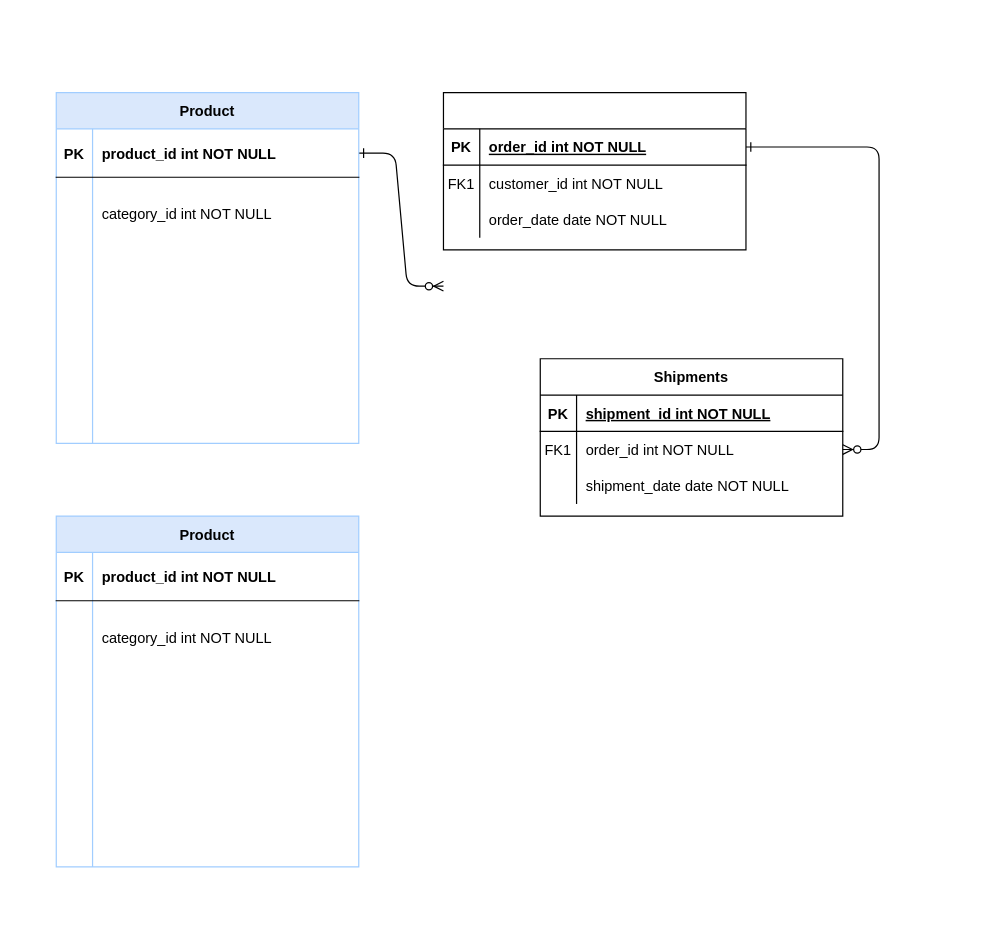
This is еее.drawio from LIka1599/test, a draw.io file, before an edit. Source tidied: cells renumbered, new cells numbered last; positions are measured from the earlier drawing's top-left corner, leaving out a move shared by most shapes. Both pictures are drawn from the tidied source at 121%, with x=0, y=0 at pixel (56, 92).
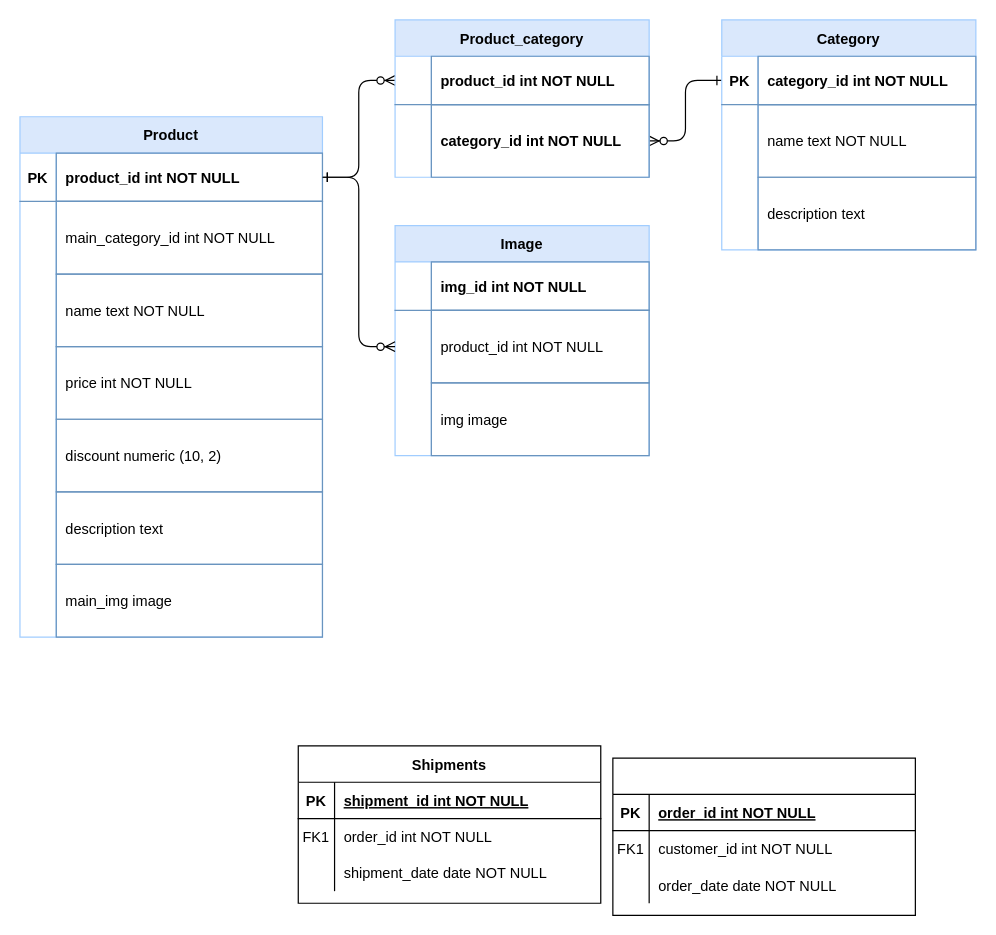
The same page after the edit.

The change refers to these unchanged cells:
```xml
<mxCell id="5" style="shape=partialRectangle;fillColor=none;points=[[0,0.5],[1,0.5]];portConstraint=eastwest;top=0;left=0;right=0;bottom=1;" parent="4" vertex="1">
  <mxGeometry y="30" width="250" height="30" as="geometry" />
</mxCell>
<mxCell id="18" style="shape=partialRectangle;fillColor=none;points=[[0,0.5],[1,0.5]];portConstraint=eastwest;top=0;left=0;right=0;bottom=0;" parent="14" vertex="1">
  <mxGeometry y="60" width="250" height="30" as="geometry" />
</mxCell>
```

Diff of the diagram source:
```diff
@@
-    <mxCell id="2" style="edgeStyle=entityRelationEdgeStyle;endArrow=ERzeroToMany;startArrow=ERone;endFill=1;startFill=0;" parent="1" edge="1" source="25">
-      <mxGeometry relative="1" as="geometry">
-        <mxPoint x="320" y="160" as="targetPoint" />
-      </mxGeometry>
+    <mxCell id="2" style="edgeStyle=entityRelationEdgeStyle;endArrow=ERzeroToMany;startArrow=ERone;endFill=1;startFill=0;entryX=0;entryY=0.5;entryDx=0;entryDy=0;" parent="1" edge="1" source="25" target="66">
+      <mxGeometry relative="1" as="geometry" />
     </mxCell>
-    <mxCell id="3" style="edgeStyle=entityRelationEdgeStyle;endArrow=ERzeroToMany;startArrow=ERone;endFill=1;startFill=0;" parent="1" edge="1" source="5" target="18">
+    <mxCell id="3" style="edgeStyle=entityRelationEdgeStyle;endArrow=ERzeroToMany;startArrow=ERone;endFill=1;startFill=0;entryX=1;entryY=0.5;entryDx=0;entryDy=0;exitX=0;exitY=0.5;exitDx=0;exitDy=0;" parent="1" edge="1" source="57" target="69">
       <mxGeometry relative="1" as="geometry" />
     </mxCell>
     <mxCell id="4" style="shape=table;startSize=30;childLayout=tableLayout;rowLines=0;fontStyle=1;align=center;" parent="1" vertex="1">
-      <mxGeometry x="320" width="250" height="130" as="geometry" />
+      <mxGeometry x="460" y="550" width="250" height="130" as="geometry" />
     </mxCell>
@@
     <mxCell id="14" value="Shipments" style="shape=table;startSize=30;childLayout=tableLayout;rowLines=0;fontStyle=1;align=center;" parent="1" vertex="1">
-      <mxGeometry x="400" y="220" width="250" height="130" as="geometry" />
+      <mxGeometry x="200" y="540" width="250" height="130" as="geometry" />
     </mxCell>
@@
     <mxCell id="24" value="Product" style="shape=table;startSize=30;childLayout=tableLayout;rowLines=0;fontStyle=1;align=center;fillColor=#dae8fc;strokeColor=#A1CDFF;" parent="1" vertex="1">
-      <mxGeometry width="250" height="290" as="geometry" />
+      <mxGeometry x="-30" y="20" width="250" height="430" as="geometry" />
     </mxCell>
-    <mxCell id="25" style="shape=partialRectangle;fillColor=none;points=[[0,0.5],[1,0.5]];portConstraint=eastwest;top=0;left=0;right=0;bottom=1;" parent="24" vertex="1">
+    <mxCell id="25" style="shape=partialRectangle;fillColor=none;points=[[0,0.5],[1,0.5]];portConstraint=eastwest;top=0;left=0;right=0;bottom=1;strokeColor=#6994BF;" parent="24" vertex="1">
       <mxGeometry y="30" width="250" height="40" as="geometry" />
     </mxCell>
-    <mxCell id="26" value="PK" style="shape=partialRectangle;overflow=hidden;fillColor=none;top=0;left=0;bottom=0;right=0;fontStyle=1;" parent="25" vertex="1">
+    <mxCell id="26" value="PK" style="shape=partialRectangle;overflow=hidden;fillColor=none;top=0;left=0;bottom=0;right=0;fontStyle=1;strokeColor=#6994BF;" parent="25" vertex="1">
       <mxGeometry width="30" height="40" as="geometry" />
     </mxCell>
-    <mxCell id="27" value="product_id int NOT NULL " style="shape=partialRectangle;overflow=hidden;fillColor=none;top=0;left=0;bottom=0;right=0;align=left;spacingLeft=6;fontStyle=1;strokeColor=#A1CDFF;" parent="25" vertex="1">
+    <mxCell id="27" value="product_id int NOT NULL " style="shape=partialRectangle;overflow=hidden;fillColor=none;top=1;left=1;bottom=1;right=1;align=left;spacingLeft=6;fontStyle=1;strokeColor=#6994BF;" parent="25" vertex="1">
       <mxGeometry x="30" width="220" height="40" as="geometry" />
     </mxCell>
-    <mxCell id="28" style="shape=partialRectangle;fillColor=none;top=0;left=0;right=0;bottom=0;" parent="24" vertex="1">
+    <mxCell id="28" style="shape=partialRectangle;fillColor=none;top=0;left=0;right=0;bottom=0;strokeColor=#6994BF;" parent="24" vertex="1">
       <mxGeometry y="70" width="250" height="60" as="geometry" />
     </mxCell>
@@
-    <mxCell id="30" value="category_id int NOT NULL" style="shape=partialRectangle;overflow=hidden;fillColor=none;top=0;left=0;bottom=0;right=0;align=left;spacingLeft=6;" parent="28" vertex="1">
+    <mxCell id="30" value="main_category_id int NOT NULL" style="shape=partialRectangle;overflow=hidden;fillColor=none;top=1;left=1;bottom=1;right=1;align=left;spacingLeft=6;strokeColor=#6994BF;" parent="28" vertex="1">
       <mxGeometry x="30" width="220" height="60" as="geometry" />
     </mxCell>
     <mxCell id="31" style="shape=partialRectangle;fillColor=none;top=0;left=0;right=0;bottom=0;" parent="24" vertex="1">
-      <mxGeometry y="130" width="250" height="160" as="geometry" />
+      <mxGeometry y="130" width="250" height="60" as="geometry" />
     </mxCell>
     <mxCell id="32" style="shape=partialRectangle;overflow=hidden;fillColor=none;top=0;left=0;bottom=0;right=0;strokeColor=#A1CDFF;" parent="31" vertex="1">
-      <mxGeometry width="30" height="160" as="geometry" />
+      <mxGeometry width="30" height="60" as="geometry" />
     </mxCell>
-    <mxCell id="33" style="shape=partialRectangle;overflow=hidden;fillColor=none;top=0;left=0;bottom=0;right=0;align=left;spacingLeft=6;" parent="31" vertex="1">
-      <mxGeometry x="30" width="220" height="160" as="geometry" />
+    <mxCell id="33" value="name text NOT NULL" style="shape=partialRectangle;overflow=hidden;fillColor=none;top=1;left=1;bottom=1;right=1;align=left;spacingLeft=6;strokeColor=#6994BF;" parent="31" vertex="1">
+      <mxGeometry x="30" width="220" height="60" as="geometry" />
     </mxCell>
-    <mxCell id="34" value="Product" style="shape=table;startSize=30;childLayout=tableLayout;rowLines=0;fontStyle=1;align=center;fillColor=#dae8fc;strokeColor=#A1CDFF;" parent="1" vertex="1">
-      <mxGeometry y="350" width="250" height="290" as="geometry" />
-    </mxCell>
-    <mxCell id="35" style="shape=partialRectangle;fillColor=none;top=0;left=0;right=0;bottom=1;" parent="34" vertex="1">
-      <mxGeometry y="30" width="250" height="40" as="geometry" />
-    </mxCell>
+    <mxCell id="44" style="shape=partialRectangle;fillColor=none;top=0;left=0;right=0;bottom=0;" parent="24" vertex="1">
+      <mxGeometry y="190" width="250" height="60" as="geometry" />
+    </mxCell>
+    <mxCell id="45" style="shape=partialRectangle;overflow=hidden;fillColor=none;top=0;left=0;bottom=0;right=0;strokeColor=#A1CDFF;" parent="44" vertex="1">
+      <mxGeometry width="30" height="60" as="geometry" />
+    </mxCell>
+    <mxCell id="46" value="price int NOT NULL" style="shape=partialRectangle;overflow=hidden;fillColor=none;top=1;left=1;bottom=1;right=1;align=left;spacingLeft=6;strokeColor=#6994BF;" parent="44" vertex="1">
+      <mxGeometry x="30" width="220" height="60" as="geometry" />
+    </mxCell>
+    <mxCell id="47" style="shape=partialRectangle;fillColor=none;top=0;left=0;right=0;bottom=0;" parent="24" vertex="1">
+      <mxGeometry y="250" width="250" height="60" as="geometry" />
+    </mxCell>
+    <mxCell id="48" style="shape=partialRectangle;overflow=hidden;fillColor=none;top=0;left=0;bottom=0;right=0;strokeColor=#A1CDFF;" parent="47" vertex="1">
+      <mxGeometry width="30" height="60" as="geometry" />
+    </mxCell>
+    <mxCell id="49" value="discount numeric (10, 2)" style="shape=partialRectangle;overflow=hidden;top=1;left=1;bottom=1;right=1;align=left;spacingLeft=6;fillColor=none;strokeColor=#6994BF;" parent="47" vertex="1">
+      <mxGeometry x="30" width="220" height="60" as="geometry" />
+    </mxCell>
+    <mxCell id="50" style="shape=partialRectangle;fillColor=none;top=0;left=0;right=0;bottom=0;" parent="24" vertex="1">
+      <mxGeometry y="310" width="250" height="60" as="geometry" />
+    </mxCell>
+    <mxCell id="51" style="shape=partialRectangle;overflow=hidden;fillColor=none;top=0;left=0;bottom=0;right=0;strokeColor=#A1CDFF;" parent="50" vertex="1">
+      <mxGeometry width="30" height="60" as="geometry" />
+    </mxCell>
+    <mxCell id="52" value="description text " style="shape=partialRectangle;overflow=hidden;top=1;left=1;bottom=1;right=1;align=left;spacingLeft=6;fillColor=none;strokeColor=#6994BF;" parent="50" vertex="1">
+      <mxGeometry x="30" width="220" height="60" as="geometry" />
+    </mxCell>
+    <mxCell id="53" style="shape=partialRectangle;fillColor=none;top=0;left=0;right=0;bottom=0;" parent="24" vertex="1">
+      <mxGeometry y="370" width="250" height="60" as="geometry" />
+    </mxCell>
+    <mxCell id="54" style="shape=partialRectangle;overflow=hidden;fillColor=none;top=0;left=0;bottom=0;right=0;strokeColor=#A1CDFF;" parent="53" vertex="1">
+      <mxGeometry width="30" height="60" as="geometry" />
+    </mxCell>
+    <mxCell id="55" value="main_img image" style="shape=partialRectangle;overflow=hidden;top=1;left=1;bottom=1;right=1;align=left;spacingLeft=6;fillColor=none;strokeColor=#6994BF;" parent="53" vertex="1">
+      <mxGeometry x="30" width="220" height="60" as="geometry" />
+    </mxCell>
+    <mxCell id="56" value="Category" style="shape=table;startSize=30;childLayout=tableLayout;rowLines=0;fontStyle=1;align=center;fillColor=#dae8fc;strokeColor=#A1CDFF;" parent="1" vertex="1">
+      <mxGeometry x="550" y="-60" width="210" height="190" as="geometry" />
+    </mxCell>
+    <mxCell id="57" style="shape=partialRectangle;fillColor=none;points=[[0,0.5],[1,0.5]];portConstraint=eastwest;top=0;left=0;right=0;bottom=1;strokeColor=#6994BF;" parent="56" vertex="1">
+      <mxGeometry y="30" width="210" height="40" as="geometry" />
+    </mxCell>
-    <mxCell id="36" value="PK" style="shape=partialRectangle;overflow=hidden;fillColor=none;top=0;left=0;bottom=0;right=0;fontStyle=1;" parent="35" vertex="1">
+    <mxCell id="36" value="PK" style="shape=partialRectangle;overflow=hidden;fillColor=none;top=0;left=0;bottom=0;right=0;fontStyle=1;" parent="57" vertex="1">
       <mxGeometry width="30" height="40" as="geometry" />
     </mxCell>
-    <mxCell id="37" value="product_id int NOT NULL " style="shape=partialRectangle;overflow=hidden;fillColor=none;top=0;left=0;bottom=0;right=0;align=left;spacingLeft=6;fontStyle=1;strokeColor=#A1CDFF;" parent="35" vertex="1">
-      <mxGeometry x="30" width="220" height="40" as="geometry" />
-    </mxCell>
-    <mxCell id="38" style="shape=partialRectangle;fillColor=none;top=0;left=0;right=0;bottom=0;" parent="34" vertex="1">
-      <mxGeometry y="70" width="250" height="60" as="geometry" />
-    </mxCell>
-    <mxCell id="39" style="shape=partialRectangle;overflow=hidden;fillColor=none;top=0;left=0;bottom=0;right=0;strokeColor=#A1CDFF;" parent="38" vertex="1">
-      <mxGeometry width="30" height="60" as="geometry" />
-    </mxCell>
-    <mxCell id="40" value="category_id int NOT NULL" style="shape=partialRectangle;overflow=hidden;fillColor=none;top=0;left=0;bottom=0;right=0;align=left;spacingLeft=6;" parent="38" vertex="1">
-      <mxGeometry x="30" width="220" height="60" as="geometry" />
-    </mxCell>
-    <mxCell id="41" style="shape=partialRectangle;fillColor=none;top=0;left=0;right=0;bottom=0;" parent="34" vertex="1">
-      <mxGeometry y="130" width="250" height="160" as="geometry" />
-    </mxCell>
-    <mxCell id="42" style="shape=partialRectangle;overflow=hidden;fillColor=none;top=0;left=0;bottom=0;right=0;strokeColor=#A1CDFF;" parent="41" vertex="1">
-      <mxGeometry width="30" height="160" as="geometry" />
-    </mxCell>
-    <mxCell id="43" style="shape=partialRectangle;overflow=hidden;fillColor=none;top=0;left=0;bottom=0;right=0;align=left;spacingLeft=6;" parent="41" vertex="1">
-      <mxGeometry x="30" width="220" height="160" as="geometry" />
-    </mxCell>
+    <mxCell id="58" value="category_id int NOT NULL " style="shape=partialRectangle;overflow=hidden;fillColor=none;top=1;left=1;bottom=1;right=1;align=left;spacingLeft=6;fontStyle=1;strokeColor=#6994BF;" parent="57" vertex="1">
+      <mxGeometry x="30" width="180" height="40" as="geometry" />
+    </mxCell>
+    <mxCell id="59" style="shape=partialRectangle;fillColor=none;top=0;left=0;right=0;bottom=0;" parent="56" vertex="1">
+      <mxGeometry y="70" width="210" height="60" as="geometry" />
+    </mxCell>
+    <mxCell id="60" style="shape=partialRectangle;overflow=hidden;fillColor=none;top=0;left=0;bottom=0;right=0;strokeColor=#A1CDFF;" parent="59" vertex="1">
+      <mxGeometry width="30" height="60" as="geometry" />
+    </mxCell>
+    <mxCell id="61" value="name text NOT NULL" style="shape=partialRectangle;overflow=hidden;fillColor=none;top=1;left=1;bottom=1;right=1;align=left;spacingLeft=6;strokeColor=#6994BF;" parent="59" vertex="1">
+      <mxGeometry x="30" width="180" height="60" as="geometry" />
+    </mxCell>
+    <mxCell id="62" style="shape=partialRectangle;fillColor=none;top=0;left=0;right=0;bottom=0;" parent="56" vertex="1">
+      <mxGeometry y="130" width="210" height="60" as="geometry" />
+    </mxCell>
+    <mxCell id="63" style="shape=partialRectangle;overflow=hidden;fillColor=none;top=0;left=0;bottom=0;right=0;strokeColor=#A1CDFF;" parent="62" vertex="1">
+      <mxGeometry width="30" height="60" as="geometry" />
+    </mxCell>
+    <mxCell id="64" value="description text " style="shape=partialRectangle;overflow=hidden;top=1;left=1;bottom=1;right=1;align=left;spacingLeft=6;fillColor=none;strokeColor=#6994BF;" parent="62" vertex="1">
+      <mxGeometry x="30" width="180" height="60" as="geometry" />
+    </mxCell>
+    <mxCell id="65" value="Product_category" style="shape=table;startSize=30;childLayout=tableLayout;rowLines=0;fontStyle=1;align=center;fillColor=#dae8fc;strokeColor=#A1CDFF;" parent="1" vertex="1">
+      <mxGeometry x="280" y="-60" width="210" height="130" as="geometry" />
+    </mxCell>
+    <mxCell id="66" style="shape=partialRectangle;fillColor=none;points=[[0,0.5],[1,0.5]];portConstraint=eastwest;top=0;left=0;right=0;bottom=1;strokeColor=#6994BF;" parent="65" vertex="1">
+      <mxGeometry y="30" width="210" height="40" as="geometry" />
+    </mxCell>
+    <mxCell id="67" style="shape=partialRectangle;overflow=hidden;fillColor=none;top=0;left=0;bottom=0;right=0;fontStyle=1;" parent="66" vertex="1">
+      <mxGeometry width="30" height="40" as="geometry" />
+    </mxCell>
+    <mxCell id="68" value="product_id int NOT NULL " style="shape=partialRectangle;overflow=hidden;fillColor=none;top=1;left=1;bottom=1;right=1;align=left;spacingLeft=6;fontStyle=1;strokeColor=#6994BF;" parent="66" vertex="1">
+      <mxGeometry x="30" width="180" height="40" as="geometry" />
+    </mxCell>
+    <mxCell id="69" style="shape=partialRectangle;fillColor=none;points=[[0,0.5],[1,0.5]];portConstraint=eastwest;top=0;left=0;right=0;bottom=0;" parent="65" vertex="1">
+      <mxGeometry y="70" width="210" height="60" as="geometry" />
+    </mxCell>
+    <mxCell id="70" style="shape=partialRectangle;overflow=hidden;fillColor=none;top=0;left=0;bottom=0;right=0;strokeColor=#A1CDFF;" parent="69" vertex="1">
+      <mxGeometry width="30" height="60" as="geometry" />
+    </mxCell>
+    <mxCell id="71" value="category_id int NOT NULL" style="shape=partialRectangle;overflow=hidden;fillColor=none;top=1;left=1;bottom=1;right=1;align=left;spacingLeft=6;strokeColor=#6994BF;fontStyle=1;" parent="69" vertex="1">
+      <mxGeometry x="30" width="180" height="60" as="geometry" />
+    </mxCell>
+    <mxCell id="72" value="Image" style="shape=table;startSize=30;childLayout=tableLayout;rowLines=0;fontStyle=1;align=center;fillColor=#dae8fc;strokeColor=#A1CDFF;" parent="1" vertex="1">
+      <mxGeometry x="280" y="110" width="210" height="190" as="geometry" />
+    </mxCell>
+    <mxCell id="73" style="shape=partialRectangle;fillColor=none;top=0;left=0;right=0;bottom=1;strokeColor=#6994BF;" parent="72" vertex="1">
+      <mxGeometry y="30" width="210" height="40" as="geometry" />
+    </mxCell>
+    <mxCell id="74" style="shape=partialRectangle;overflow=hidden;fillColor=none;top=0;left=0;bottom=0;right=0;fontStyle=1;" parent="73" vertex="1">
+      <mxGeometry width="30" height="40" as="geometry" />
+    </mxCell>
+    <mxCell id="75" value="img_id int NOT NULL " style="shape=partialRectangle;overflow=hidden;fillColor=none;top=1;left=1;bottom=1;right=1;align=left;spacingLeft=6;fontStyle=1;strokeColor=#6994BF;" parent="73" vertex="1">
+      <mxGeometry x="30" width="180" height="40" as="geometry" />
+    </mxCell>
+    <mxCell id="76" style="shape=partialRectangle;fillColor=none;points=[[0,0.5],[1,0.5]];portConstraint=eastwest;top=0;left=0;right=0;bottom=0;" parent="72" vertex="1">
+      <mxGeometry y="70" width="210" height="60" as="geometry" />
+    </mxCell>
+    <mxCell id="77" style="shape=partialRectangle;overflow=hidden;fillColor=none;top=0;left=0;bottom=0;right=0;strokeColor=#A1CDFF;" parent="76" vertex="1">
+      <mxGeometry width="30" height="60" as="geometry" />
+    </mxCell>
+    <mxCell id="78" value="product_id int NOT NULL" style="shape=partialRectangle;overflow=hidden;fillColor=none;top=1;left=1;bottom=1;right=1;align=left;spacingLeft=6;strokeColor=#6994BF;fontStyle=0;" parent="76" vertex="1">
+      <mxGeometry x="30" width="180" height="60" as="geometry" />
+    </mxCell>
+    <mxCell id="79" style="shape=partialRectangle;fillColor=none;top=0;left=0;right=0;bottom=0;" parent="72" vertex="1">
+      <mxGeometry y="130" width="210" height="60" as="geometry" />
+    </mxCell>
+    <mxCell id="80" style="shape=partialRectangle;overflow=hidden;fillColor=none;top=0;left=0;bottom=0;right=0;strokeColor=#A1CDFF;" parent="79" vertex="1">
+      <mxGeometry width="30" height="60" as="geometry" />
+    </mxCell>
+    <mxCell id="81" value="img image" style="shape=partialRectangle;overflow=hidden;fillColor=none;top=1;left=1;bottom=1;right=1;align=left;spacingLeft=6;strokeColor=#6994BF;fontStyle=0;" parent="79" vertex="1">
+      <mxGeometry x="30" width="180" height="60" as="geometry" />
+    </mxCell>
+    <mxCell id="82" style="edgeStyle=entityRelationEdgeStyle;endArrow=ERzeroToMany;startArrow=ERone;endFill=1;startFill=0;entryX=0;entryY=0.5;entryDx=0;entryDy=0;" parent="1" edge="1" source="25" target="76">
+      <mxGeometry relative="1" as="geometry" />
+    </mxCell>
```
